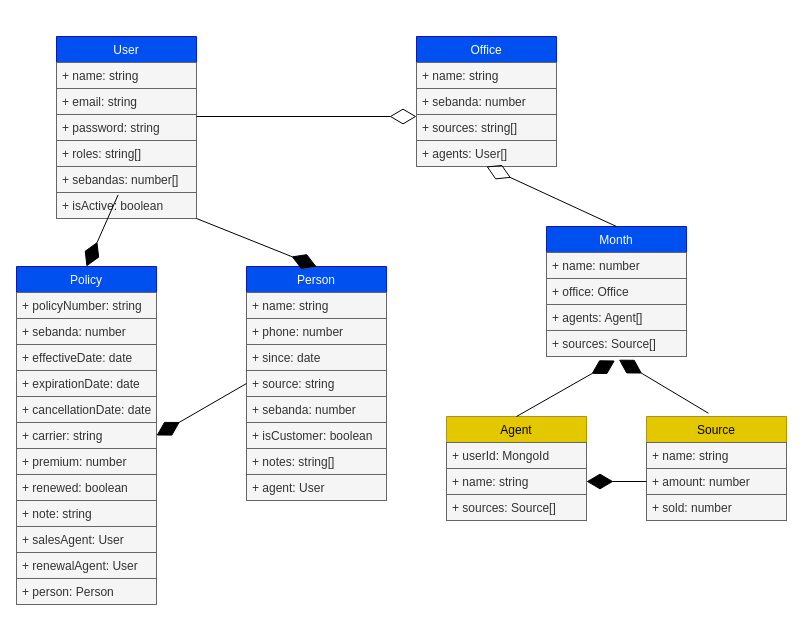
arianlb/Yields keeps this draw.io diagram as diagram.drawio. Above is the earlier version. Source tidied: cells renumbered, new cells numbered last; positions are measured from the earlier drawing's top-left corner, leaving out a move shared by most shapes. Both pictures are drawn from the tidied source at 100%, with x=0, y=0 at pixel (16, 36).
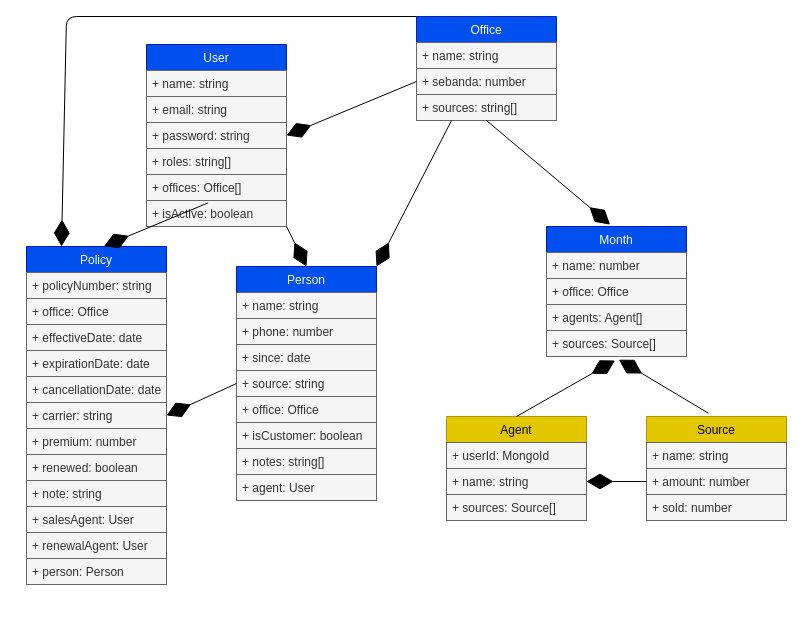
The same diagram, later.

The change refers to these unchanged cells:
```xml
<mxCell id="33" value="+ sebanda: number" style="text;strokeColor=#666666;fillColor=#f5f5f5;align=left;verticalAlign=top;spacingLeft=4;spacingRight=4;overflow=hidden;points=[[0,0.5],[1,0.5]];portConstraint=eastwest;fontColor=#333333;" parent="31" vertex="1">
  <mxGeometry y="52" width="140" height="26" as="geometry" />
</mxCell>
<mxCell id="36" value="Month" style="swimlane;fontStyle=0;horizontal=1;startSize=26;fillColor=#0050ef;fontColor=#ffffff;strokeColor=#001DBC;" parent="1" vertex="1">
  <mxGeometry x="530" y="190" width="140" height="130" as="geometry" />
</mxCell>
```

Change to the diagram source:
```diff
@@
     <mxCell id="2" value="User" style="swimlane;fontStyle=0;horizontal=1;startSize=26;fillColor=#0050ef;fontColor=#ffffff;strokeColor=#001DBC;" parent="1" vertex="1">
-      <mxGeometry x="40" width="140" height="182" as="geometry" />
+      <mxGeometry x="130" y="8" width="140" height="182" as="geometry" />
     </mxCell>
@@
-    <mxCell id="7" value="+ sebandas: number[]" style="text;strokeColor=#666666;fillColor=#f5f5f5;align=left;verticalAlign=top;spacingLeft=4;spacingRight=4;overflow=hidden;points=[[0,0.5],[1,0.5]];portConstraint=eastwest;fontColor=#333333;" parent="2" vertex="1">
+    <mxCell id="7" value="+ offices: Office[]" style="text;strokeColor=#666666;fillColor=#f5f5f5;align=left;verticalAlign=top;spacingLeft=4;spacingRight=4;overflow=hidden;points=[[0,0.5],[1,0.5]];portConstraint=eastwest;fontColor=#333333;" parent="2" vertex="1">
       <mxGeometry y="130" width="140" height="26" as="geometry" />
     </mxCell>
@@
     <mxCell id="9" value="Person" style="swimlane;fontStyle=0;horizontal=1;startSize=26;fillColor=#0050ef;fontColor=#ffffff;strokeColor=#001DBC;" parent="1" vertex="1">
-      <mxGeometry x="230" y="230" width="140" height="234" as="geometry" />
+      <mxGeometry x="220" y="230" width="140" height="234" as="geometry" />
     </mxCell>
@@
-    <mxCell id="14" value="+ sebanda: number" style="text;strokeColor=#666666;fillColor=#f5f5f5;align=left;verticalAlign=top;spacingLeft=4;spacingRight=4;overflow=hidden;fontColor=#333333;" parent="9" vertex="1">
+    <mxCell id="14" value="+ office: Office" style="text;strokeColor=#666666;fillColor=#f5f5f5;align=left;verticalAlign=top;spacingLeft=4;spacingRight=4;overflow=hidden;fontColor=#333333;" parent="9" vertex="1">
       <mxGeometry y="130" width="140" height="26" as="geometry" />
     </mxCell>
@@
     <mxCell id="18" value="Policy" style="swimlane;fontStyle=0;horizontal=1;startSize=26;fillColor=#0050ef;fontColor=#ffffff;strokeColor=#001DBC;" parent="1" vertex="1">
-      <mxGeometry y="230" width="140" height="338" as="geometry" />
+      <mxGeometry x="10" y="210" width="140" height="338" as="geometry" />
     </mxCell>
@@
-    <mxCell id="20" value="+ sebanda: number" style="text;strokeColor=#666666;fillColor=#f5f5f5;align=left;verticalAlign=top;spacingLeft=4;spacingRight=4;overflow=hidden;fontColor=#333333;" parent="18" vertex="1">
+    <mxCell id="20" value="+ office: Office" style="text;strokeColor=#666666;fillColor=#f5f5f5;align=left;verticalAlign=top;spacingLeft=4;spacingRight=4;overflow=hidden;fontColor=#333333;" parent="18" vertex="1">
       <mxGeometry y="52" width="140" height="26" as="geometry" />
     </mxCell>
@@
     <mxCell id="31" value="Office" style="swimlane;fontStyle=0;horizontal=1;startSize=26;fillColor=#0050ef;fontColor=#ffffff;strokeColor=#001DBC;" parent="1" vertex="1">
-      <mxGeometry x="400" width="140" height="130" as="geometry" />
+      <mxGeometry x="400" y="-20" width="140" height="104" as="geometry" />
     </mxCell>
@@
-    <mxCell id="35" value="+ agents: User[]" style="text;strokeColor=#666666;fillColor=#f5f5f5;align=left;verticalAlign=top;spacingLeft=4;spacingRight=4;overflow=hidden;fontColor=#333333;" parent="31" vertex="1">
-      <mxGeometry y="104" width="140" height="26" as="geometry" />
-    </mxCell>
@@
-    <mxCell id="49" style="endArrow=diamondThin;endFill=0;endSize=24;html=1;" parent="1" edge="1">
-      <mxGeometry relative="1" as="geometry">
-        <mxPoint x="180" y="80" as="sourcePoint" />
-        <mxPoint x="400" y="80" as="targetPoint" />
-      </mxGeometry>
-    </mxCell>
@@
-    <mxCell id="53" style="endArrow=diamondThin;endFill=0;endSize=24;html=1;entryX=0.5;entryY=1;entryDx=0;entryDy=0;exitX=0.5;exitY=0;exitDx=0;exitDy=0;" parent="1" edge="1" source="36" target="31">
-      <mxGeometry relative="1" as="geometry" />
-    </mxCell>
-    <mxCell id="54" style="endArrow=diamondThin;endFill=1;endSize=24;html=1;exitX=0.44;exitY=1.092;exitDx=0;exitDy=0;exitPerimeter=0;" parent="1" edge="1" source="7">
-      <mxGeometry relative="1" as="geometry">
-        <mxPoint x="70" y="230" as="targetPoint" />
-      </mxGeometry>
+    <mxCell id="54" style="endArrow=diamondThin;endFill=1;endSize=24;html=1;exitX=0.44;exitY=1.092;exitDx=0;exitDy=0;exitPerimeter=0;entryX=0.554;entryY=-0.001;entryDx=0;entryDy=0;entryPerimeter=0;" parent="1" edge="1" source="7" target="18">
+      <mxGeometry relative="1" as="geometry" />
     </mxCell>
@@
+    <mxCell id="57" style="endArrow=diamondThin;endFill=1;endSize=24;html=1;entryX=1;entryY=0.5;entryDx=0;entryDy=0;exitX=0;exitY=0.5;exitDx=0;exitDy=0;" parent="1" edge="1" source="33" target="2">
+      <mxGeometry relative="1" as="geometry" />
+    </mxCell>
+    <mxCell id="58" style="endArrow=diamondThin;endFill=1;endSize=24;html=1;entryX=0.454;entryY=-0.015;entryDx=0;entryDy=0;exitX=0.5;exitY=1;exitDx=0;exitDy=0;entryPerimeter=0;" parent="1" edge="1" source="31" target="36">
+      <mxGeometry relative="1" as="geometry" />
+    </mxCell>
+    <mxCell id="59" style="endArrow=diamondThin;endFill=1;endSize=24;html=1;entryX=0.25;entryY=0;entryDx=0;entryDy=0;exitX=0;exitY=0;exitDx=0;exitDy=0;" parent="1" edge="1" source="31" target="18">
+      <mxGeometry relative="1" as="geometry">
+        <Array as="points">
+          <mxPoint x="50" y="-20" />
+        </Array>
+      </mxGeometry>
+    </mxCell>
+    <mxCell id="60" style="endArrow=diamondThin;endFill=1;endSize=24;html=1;entryX=1;entryY=0;entryDx=0;entryDy=0;exitX=0.25;exitY=1;exitDx=0;exitDy=0;" parent="1" edge="1" source="31" target="9">
+      <mxGeometry relative="1" as="geometry" />
+    </mxCell>
```
